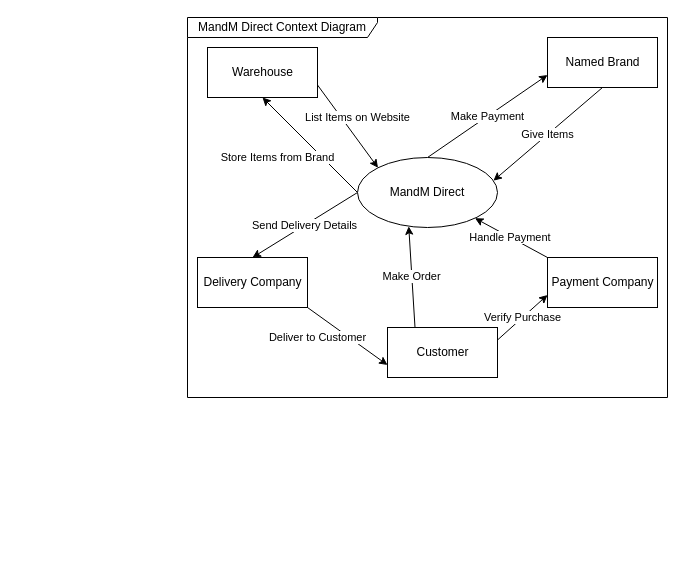
Before: week1/Context Diagram Shop.drawio in Darren-ODonnell/BusinessModellingDiagrams, a draw.io diagram. Source tidied: cells renumbered, new cells numbered last; positions are measured from the earlier drawing's top-left corner, leaving out a move shared by most shapes. Both pictures are drawn from the tidied source at 100%, with x=0, y=0 at pixel (187, 17).
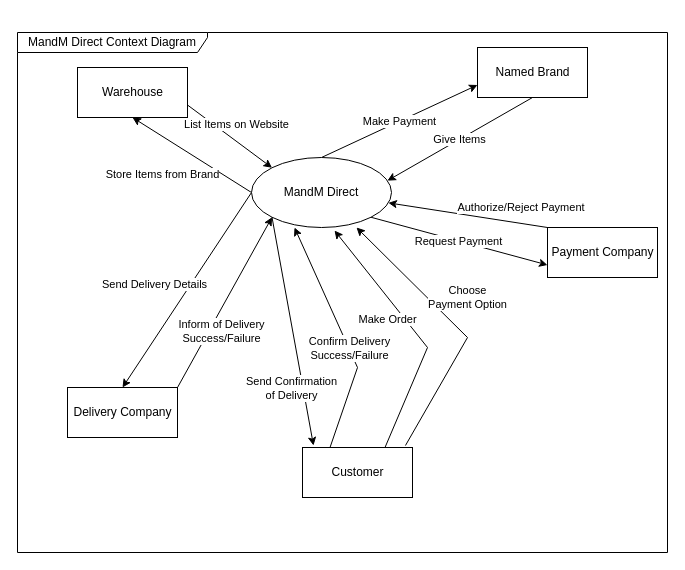
Above is the later version.

Diff of the diagram source:
```diff
@@
     <mxCell id="2" value="MandM Direct Context Diagram" style="shape=umlFrame;whiteSpace=wrap;html=1;width=190;height=20;" parent="1" vertex="1">
-      <mxGeometry width="480" height="380" as="geometry" />
+      <mxGeometry x="-170" y="15" width="650" height="520" as="geometry" />
     </mxCell>
@@
     <mxCell id="4" value="Send Delivery Details" style="edgeStyle=none;rounded=0;jettySize=auto;html=1;exitX=0;exitY=0.5;exitDx=0;exitDy=0;entryX=0.5;entryY=0;entryDx=0;entryDy=0;" parent="1" edge="1" source="6" target="12">
-      <mxGeometry relative="1" as="geometry" />
+      <mxGeometry x="0.11" y="-30" relative="1" as="geometry" />
     </mxCell>
@@
+    <mxCell id="18" value="Request Payment" style="edgeStyle=none;rounded=0;jettySize=auto;html=1;exitX=1;exitY=1;exitDx=0;exitDy=0;entryX=0;entryY=0.75;entryDx=0;entryDy=0;" parent="1" edge="1" source="6" target="10">
+      <mxGeometry relative="1" as="geometry" />
+    </mxCell>
+    <mxCell id="19" value="Send Confirmation &lt;br&gt;of Delivery" style="edgeStyle=none;rounded=0;jettySize=auto;html=1;exitX=0;exitY=1;exitDx=0;exitDy=0;entryX=0.1;entryY=-0.04;entryDx=0;entryDy=0;entryPerimeter=0;" parent="1" edge="1" source="6" target="15">
+      <mxGeometry x="0.48" y="-11" relative="1" as="geometry" />
+    </mxCell>
     <mxCell id="6" value="MandM Direct" style="ellipse;whiteSpace=wrap;html=1;" parent="1" vertex="1">
-      <mxGeometry x="170" y="140" width="140" height="70" as="geometry" />
+      <mxGeometry x="64" y="140" width="140" height="70" as="geometry" />
     </mxCell>
@@
     <mxCell id="8" value="Warehouse" style="html=1;" parent="1" vertex="1">
-      <mxGeometry x="20" y="30" width="110" height="50" as="geometry" />
+      <mxGeometry x="-110" y="50" width="110" height="50" as="geometry" />
     </mxCell>
-    <mxCell id="9" value="Handle Payment&amp;nbsp;" style="edgeStyle=none;rounded=0;jettySize=auto;html=1;exitX=0;exitY=0;exitDx=0;exitDy=0;" parent="1" edge="1" source="10" target="6">
-      <mxGeometry relative="1" as="geometry" />
+    <mxCell id="9" value="Authorize/Reject Payment&amp;nbsp;" style="edgeStyle=none;rounded=0;jettySize=auto;html=1;exitX=0;exitY=0;exitDx=0;exitDy=0;" parent="1" edge="1" source="10" target="6">
+      <mxGeometry x="-0.65" y="-16" relative="1" as="geometry" />
     </mxCell>
     <mxCell id="10" value="Payment Company" style="html=1;" parent="1" vertex="1">
-      <mxGeometry x="360" y="240" width="110" height="50" as="geometry" />
+      <mxGeometry x="360" y="210" width="110" height="50" as="geometry" />
     </mxCell>
-    <mxCell id="11" value="Deliver to Customer" style="edgeStyle=none;rounded=0;jettySize=auto;html=1;exitX=1;exitY=1;exitDx=0;exitDy=0;entryX=0;entryY=0.75;entryDx=0;entryDy=0;" parent="1" edge="1" source="12" target="15">
-      <mxGeometry x="-0.48" y="-19" relative="1" as="geometry">
-        <mxPoint y="-1" as="offset" />
-      </mxGeometry>
-    </mxCell>
+    <mxCell id="20" value="Inform of Delivery &lt;br&gt;Success/Failure" style="edgeStyle=none;rounded=0;jettySize=auto;html=1;exitX=1;exitY=0;exitDx=0;exitDy=0;entryX=0;entryY=1;entryDx=0;entryDy=0;" parent="1" edge="1" source="12" target="6">
+      <mxGeometry x="-0.28" y="-11" relative="1" as="geometry" />
+    </mxCell>
     <mxCell id="12" value="Delivery Company" style="html=1;" parent="1" vertex="1">
-      <mxGeometry x="10" y="240" width="110" height="50" as="geometry" />
+      <mxGeometry x="-120" y="370" width="110" height="50" as="geometry" />
     </mxCell>
-    <mxCell id="13" value="Make Order" style="edgeStyle=none;rounded=0;jettySize=auto;html=1;exitX=0.25;exitY=0;exitDx=0;exitDy=0;entryX=0.366;entryY=0.983;entryDx=0;entryDy=0;entryPerimeter=0;" parent="1" edge="1" source="15" target="6">
-      <mxGeometry relative="1" as="geometry" />
+    <mxCell id="13" value="Make Order" style="edgeStyle=none;rounded=0;jettySize=auto;html=1;exitX=0.75;exitY=0;exitDx=0;exitDy=0;entryX=0.593;entryY=1.043;entryDx=0;entryDy=0;entryPerimeter=0;" parent="1" edge="1" source="15" target="6">
+      <mxGeometry x="0.2" y="14" relative="1" as="geometry">
+        <Array as="points">
+          <mxPoint x="240" y="330" />
+        </Array>
+      </mxGeometry>
     </mxCell>
-    <mxCell id="14" value="Verify Purchase" style="edgeStyle=none;rounded=0;jettySize=auto;html=1;exitX=1;exitY=0.25;exitDx=0;exitDy=0;entryX=0;entryY=0.75;entryDx=0;entryDy=0;" parent="1" edge="1" source="15" target="10">
-      <mxGeometry relative="1" as="geometry" />
-    </mxCell>
+    <mxCell id="21" value="Choose &lt;br&gt;Payment Option" style="edgeStyle=none;rounded=0;jettySize=auto;html=1;exitX=0.936;exitY=-0.04;exitDx=0;exitDy=0;entryX=0.75;entryY=1;entryDx=0;entryDy=0;entryPerimeter=0;exitPerimeter=0;" parent="1" edge="1" source="15" target="6">
+      <mxGeometry x="0.09" y="-28" relative="1" as="geometry">
+        <Array as="points">
+          <mxPoint x="280" y="320" />
+        </Array>
+      </mxGeometry>
+    </mxCell>
+    <mxCell id="22" value="Confirm Delivery &lt;br&gt;Success/Failure" style="edgeStyle=none;rounded=0;jettySize=auto;html=1;exitX=0.25;exitY=0;exitDx=0;exitDy=0;entryX=0.307;entryY=1;entryDx=0;entryDy=0;entryPerimeter=0;" parent="1" edge="1" source="15" target="6">
+      <mxGeometry x="-0.12" relative="1" as="geometry">
+        <Array as="points">
+          <mxPoint x="170" y="350" />
+        </Array>
+      </mxGeometry>
+    </mxCell>
     <mxCell id="15" value="Customer" style="html=1;" parent="1" vertex="1">
-      <mxGeometry x="200" y="310" width="110" height="50" as="geometry" />
+      <mxGeometry x="115" y="430" width="110" height="50" as="geometry" />
     </mxCell>
@@
     <mxCell id="17" value="Named Brand" style="html=1;" parent="1" vertex="1">
-      <mxGeometry x="360" y="20" width="110" height="50" as="geometry" />
+      <mxGeometry x="290" y="30" width="110" height="50" as="geometry" />
     </mxCell>
```
